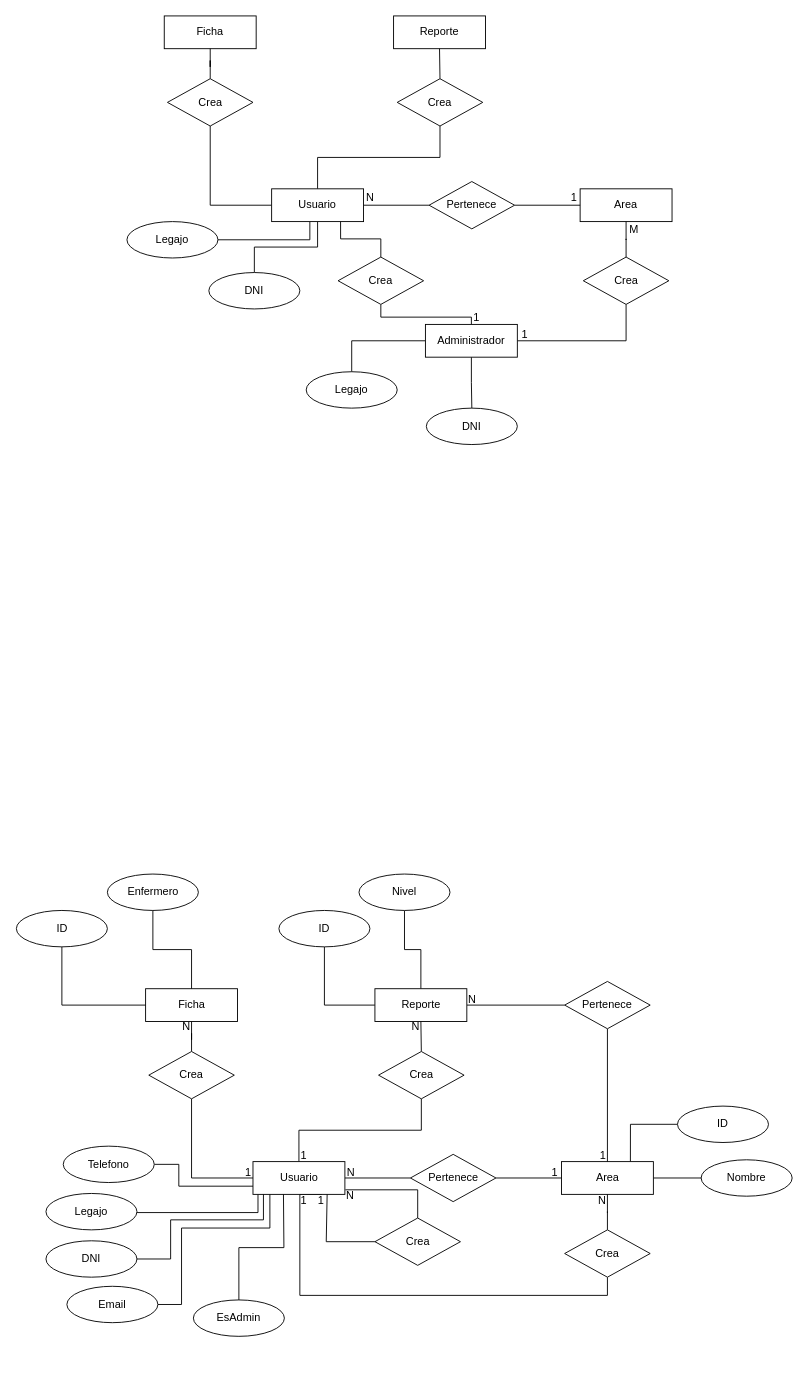
The draw.io diagram Documentos/ER.drawio in JosueErmG/Hospital-OlimpiadaNacional, before the edit. Source tidied: cells renumbered, new cells numbered last; positions are measured from the earlier drawing's top-left corner, leaving out a move shared by most shapes. Both pictures are drawn from the tidied source at 91%, with x=0, y=0 at pixel (16, 15).
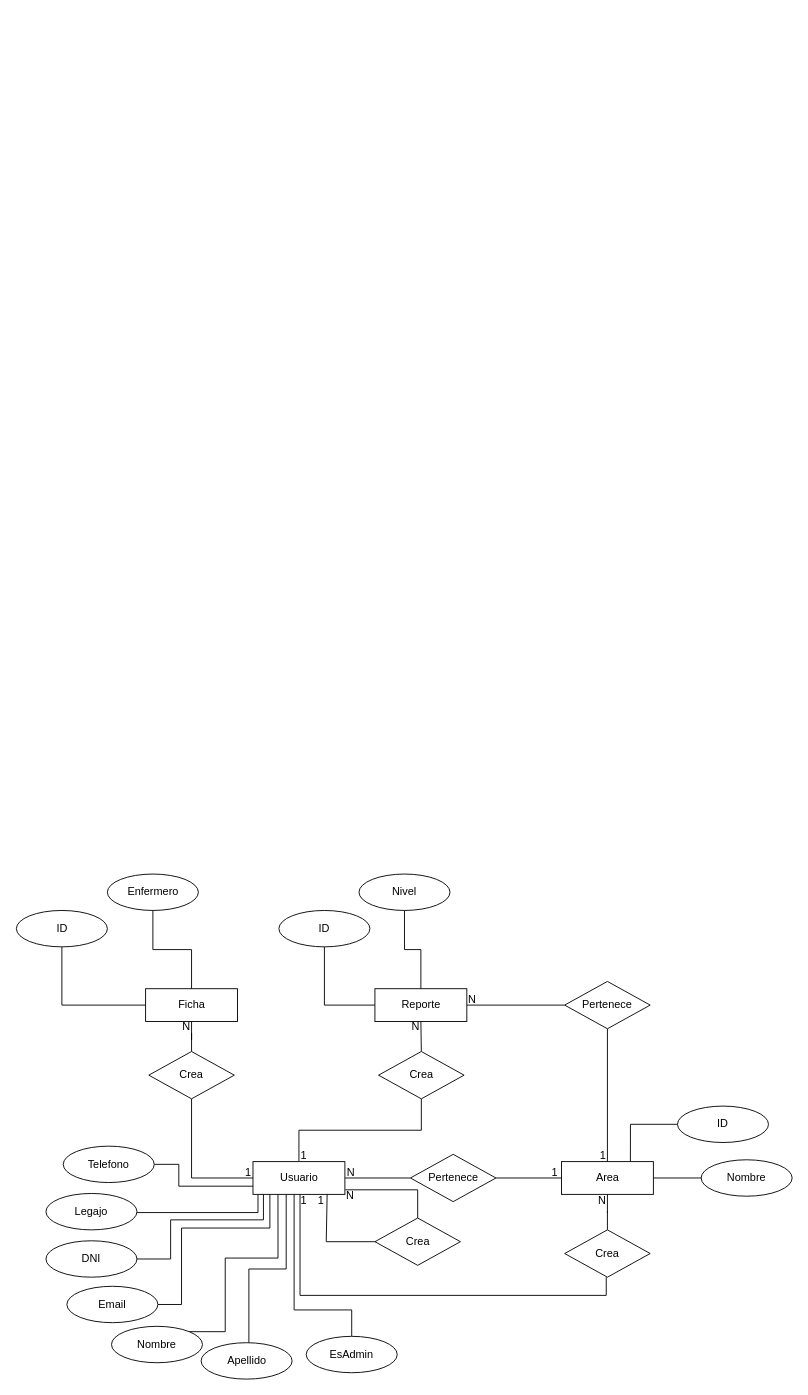
Above is the later version.

Unchanged cells that the change refers to:
```xml
<mxCell id="40" value="Usuario" style="rounded=0;whiteSpace=wrap;html=1;" parent="1" vertex="1">
  <mxGeometry x="259.5" y="1259" width="101" height="36" as="geometry" />
</mxCell>
<mxCell id="53" value="Crea" style="shape=rhombus;perimeter=rhombusPerimeter;whiteSpace=wrap;html=1;align=center;" parent="1" vertex="1">
  <mxGeometry x="602" y="1334" width="94" height="52" as="geometry" />
</mxCell>
<mxCell id="70" value="1" style="text;html=1;align=center;verticalAlign=middle;points=[];strokeColor=none;fillColor=none;" parent="1" vertex="1">
  <mxGeometry x="302.5" y="1289" width="25" height="26" as="geometry" />
</mxCell>
```

Diff of the diagram source:
```diff
@@
-    <mxCell id="2" style="edgeStyle=orthogonalEdgeStyle;rounded=0;jettySize=auto;html=1;exitX=0.5;exitY=0;exitDx=0;exitDy=0;endArrow=none;endFill=0;" parent="1" edge="1" source="7" target="22">
-      <mxGeometry relative="1" as="geometry" />
-    </mxCell>
-    <mxCell id="3" style="edgeStyle=orthogonalEdgeStyle;rounded=0;jettySize=auto;html=1;endArrow=none;endFill=0;" parent="1" edge="1" source="7" target="24">
-      <mxGeometry relative="1" as="geometry" />
-    </mxCell>
-    <mxCell id="4" style="edgeStyle=orthogonalEdgeStyle;rounded=0;jettySize=auto;html=1;endArrow=none;endFill=0;" parent="1" edge="1" source="7" target="12">
-      <mxGeometry relative="1" as="geometry" />
-    </mxCell>
-    <mxCell id="5" style="edgeStyle=orthogonalEdgeStyle;rounded=0;jettySize=auto;html=1;endArrow=none;endFill=0;" parent="1" edge="1" source="7" target="11">
-      <mxGeometry relative="1" as="geometry">
-        <Array as="points">
-          <mxPoint x="322" y="246" />
-        </Array>
-      </mxGeometry>
-    </mxCell>
-    <mxCell id="6" style="edgeStyle=orthogonalEdgeStyle;rounded=0;jettySize=auto;html=1;endArrow=none;endFill=0;" parent="1" edge="1" source="7" target="26">
-      <mxGeometry relative="1" as="geometry" />
-    </mxCell>
-    <mxCell id="7" value="Usuario" style="rounded=0;whiteSpace=wrap;html=1;" parent="1" vertex="1">
-      <mxGeometry x="280" y="190" width="101" height="36" as="geometry" />
-    </mxCell>
-    <mxCell id="8" value="Reporte" style="rounded=0;whiteSpace=wrap;html=1;" parent="1" vertex="1">
-      <mxGeometry x="414" width="101" height="36" as="geometry" />
-    </mxCell>
-    <mxCell id="9" value="Area" style="rounded=0;whiteSpace=wrap;html=1;" parent="1" vertex="1">
-      <mxGeometry x="619" y="190" width="101" height="36" as="geometry" />
-    </mxCell>
-    <mxCell id="10" value="Ficha" style="rounded=0;whiteSpace=wrap;html=1;" parent="1" vertex="1">
-      <mxGeometry x="162" width="101" height="36" as="geometry" />
-    </mxCell>
-    <mxCell id="11" value="Legajo" style="ellipse;whiteSpace=wrap;html=1;align=center;" parent="1" vertex="1">
-      <mxGeometry x="121" y="226" width="100" height="40" as="geometry" />
-    </mxCell>
-    <mxCell id="12" value="DNI" style="ellipse;whiteSpace=wrap;html=1;align=center;" parent="1" vertex="1">
-      <mxGeometry x="211" y="282" width="100" height="40" as="geometry" />
-    </mxCell>
-    <mxCell id="13" style="edgeStyle=orthogonalEdgeStyle;rounded=0;jettySize=auto;html=1;endArrow=none;endFill=0;" parent="1" edge="1" source="17" target="20">
-      <mxGeometry relative="1" as="geometry" />
-    </mxCell>
-    <mxCell id="14" style="edgeStyle=orthogonalEdgeStyle;rounded=0;jettySize=auto;html=1;endArrow=none;endFill=0;" parent="1" edge="1" source="17" target="27">
-      <mxGeometry relative="1" as="geometry" />
-    </mxCell>
-    <mxCell id="15" style="edgeStyle=orthogonalEdgeStyle;rounded=0;jettySize=auto;html=1;endArrow=none;endFill=0;" parent="1" edge="1" source="17" target="19">
-      <mxGeometry relative="1" as="geometry" />
-    </mxCell>
-    <mxCell id="16" style="edgeStyle=orthogonalEdgeStyle;rounded=0;jettySize=auto;html=1;endArrow=none;endFill=0;" parent="1" edge="1" source="17" target="33">
-      <mxGeometry relative="1" as="geometry">
-        <Array as="points">
-          <mxPoint x="500" y="331" />
-          <mxPoint x="400" y="331" />
-        </Array>
-      </mxGeometry>
-    </mxCell>
-    <mxCell id="17" value="Administrador" style="rounded=0;whiteSpace=wrap;html=1;" parent="1" vertex="1">
-      <mxGeometry x="449" y="339" width="101" height="36" as="geometry" />
-    </mxCell>
-    <mxCell id="18" style="edgeStyle=orthogonalEdgeStyle;rounded=0;jettySize=auto;html=1;exitX=0.5;exitY=0;exitDx=0;exitDy=0;endArrow=none;endFill=0;" parent="1" edge="1" source="19" target="9">
-      <mxGeometry relative="1" as="geometry" />
-    </mxCell>
-    <mxCell id="19" value="Crea" style="shape=rhombus;perimeter=rhombusPerimeter;whiteSpace=wrap;html=1;align=center;" parent="1" vertex="1">
-      <mxGeometry x="622.5" y="265" width="94" height="52" as="geometry" />
-    </mxCell>
-    <mxCell id="20" value="DNI" style="ellipse;whiteSpace=wrap;html=1;align=center;" parent="1" vertex="1">
-      <mxGeometry x="450" y="431" width="100" height="40" as="geometry" />
-    </mxCell>
-    <mxCell id="21" style="edgeStyle=orthogonalEdgeStyle;rounded=0;jettySize=auto;html=1;exitX=0.5;exitY=0;exitDx=0;exitDy=0;entryX=0.5;entryY=1;entryDx=0;entryDy=0;endArrow=none;endFill=0;" parent="1" edge="1" source="22" target="8">
-      <mxGeometry relative="1" as="geometry" />
-    </mxCell>
-    <mxCell id="22" value="Crea" style="shape=rhombus;perimeter=rhombusPerimeter;whiteSpace=wrap;html=1;align=center;" parent="1" vertex="1">
-      <mxGeometry x="418" y="69" width="94" height="52" as="geometry" />
-    </mxCell>
-    <mxCell id="23" style="edgeStyle=orthogonalEdgeStyle;rounded=0;jettySize=auto;html=1;exitX=0.5;exitY=0;exitDx=0;exitDy=0;endArrow=none;endFill=0;" parent="1" edge="1" source="24" target="10">
-      <mxGeometry relative="1" as="geometry" />
-    </mxCell>
-    <mxCell id="24" value="Crea" style="shape=rhombus;perimeter=rhombusPerimeter;whiteSpace=wrap;html=1;align=center;" parent="1" vertex="1">
-      <mxGeometry x="165.5" y="69" width="94" height="52" as="geometry" />
-    </mxCell>
-    <mxCell id="25" style="edgeStyle=orthogonalEdgeStyle;rounded=0;jettySize=auto;html=1;endArrow=none;endFill=0;" parent="1" edge="1" source="26" target="9">
-      <mxGeometry relative="1" as="geometry" />
-    </mxCell>
-    <mxCell id="26" value="Pertenece" style="shape=rhombus;perimeter=rhombusPerimeter;whiteSpace=wrap;html=1;align=center;" parent="1" vertex="1">
-      <mxGeometry x="453" y="182" width="94" height="52" as="geometry" />
-    </mxCell>
-    <mxCell id="27" value="Legajo" style="ellipse;whiteSpace=wrap;html=1;align=center;" parent="1" vertex="1">
-      <mxGeometry x="318" y="391" width="100" height="40" as="geometry" />
-    </mxCell>
-    <mxCell id="28" value="N" style="text;html=1;align=center;verticalAlign=middle;strokeColor=none;fillColor=none;" parent="1" vertex="1">
-      <mxGeometry x="374" y="187" width="27" height="26" as="geometry" />
-    </mxCell>
-    <mxCell id="29" value="1" style="text;html=1;align=center;verticalAlign=middle;strokeColor=none;fillColor=none;" parent="1" vertex="1">
-      <mxGeometry x="599" y="187" width="25" height="26" as="geometry" />
-    </mxCell>
-    <mxCell id="30" value="M" style="text;html=1;align=center;verticalAlign=middle;strokeColor=none;fillColor=none;" parent="1" vertex="1">
-      <mxGeometry x="664" y="222" width="28" height="26" as="geometry" />
-    </mxCell>
-    <mxCell id="31" value="1" style="text;html=1;align=center;verticalAlign=middle;strokeColor=none;fillColor=none;" parent="1" vertex="1">
-      <mxGeometry x="545" y="337" width="25" height="26" as="geometry" />
-    </mxCell>
-    <mxCell id="32" style="edgeStyle=orthogonalEdgeStyle;rounded=0;jettySize=auto;html=1;exitX=0.5;exitY=0;exitDx=0;exitDy=0;entryX=0.75;entryY=1;entryDx=0;entryDy=0;endArrow=none;endFill=0;" parent="1" edge="1" source="33" target="7">
-      <mxGeometry relative="1" as="geometry" />
-    </mxCell>
-    <mxCell id="33" value="Crea" style="shape=rhombus;perimeter=rhombusPerimeter;whiteSpace=wrap;html=1;align=center;" parent="1" vertex="1">
-      <mxGeometry x="353" y="265" width="94" height="52" as="geometry" />
-    </mxCell>
-    <mxCell id="34" value="1" style="text;html=1;align=center;verticalAlign=middle;strokeColor=none;fillColor=none;" parent="1" vertex="1">
-      <mxGeometry x="492" y="319" width="25" height="26" as="geometry" />
-    </mxCell>
@@
-    <mxCell id="39" style="edgeStyle=orthogonalEdgeStyle;rounded=0;jettySize=auto;html=1;exitX=0.75;exitY=1;exitDx=0;exitDy=0;entryX=0.5;entryY=1;entryDx=0;entryDy=0;endArrow=none;endFill=0;" parent="1" edge="1" source="40" target="53">
+    <mxCell id="39" style="edgeStyle=orthogonalEdgeStyle;rounded=0;orthogonalLoop=1;jettySize=auto;html=1;exitX=0.34;exitY=0.231;exitDx=0;exitDy=0;entryX=0.5;entryY=1;entryDx=0;entryDy=0;endArrow=none;endFill=0;exitPerimeter=0;" parent="1" edge="1">
       <mxGeometry relative="1" as="geometry">
+        <mxPoint x="311.2" y="1295" as="sourcePoint" />
+        <mxPoint x="647.7" y="1386" as="targetPoint" />
         <Array as="points">
-          <mxPoint x="311" y="1295" />
-          <mxPoint x="311" y="1406" />
-          <mxPoint x="649" y="1406" />
+          <mxPoint x="311.2" y="1406" />
+          <mxPoint x="648.2" y="1406" />
         </Array>
       </mxGeometry>
     </mxCell>
@@
-    <mxCell id="66" style="edgeStyle=orthogonalEdgeStyle;rounded=0;jettySize=auto;html=1;endArrow=none;endFill=0;exitX=0.5;exitY=0;exitDx=0;exitDy=0;" parent="1" edge="1" source="67">
+    <mxCell id="66" style="edgeStyle=orthogonalEdgeStyle;rounded=0;jettySize=auto;html=1;endArrow=none;endFill=0;exitX=0.5;exitY=0;exitDx=0;exitDy=0;entryX=0.087;entryY=0.231;entryDx=0;entryDy=0;entryPerimeter=0;" parent="1" edge="1" source="67" target="70">
       <mxGeometry relative="1" as="geometry">
-        <mxPoint x="293" y="1295" as="targetPoint" />
+        <Array as="points">
+          <mxPoint x="368" y="1422" />
+          <mxPoint x="304" y="1422" />
+          <mxPoint x="304" y="1295" />
+        </Array>
       </mxGeometry>
     </mxCell>
     <mxCell id="67" value="EsAdmin" style="ellipse;whiteSpace=wrap;html=1;align=center;" parent="1" vertex="1">
-      <mxGeometry x="194" y="1411" width="100" height="40" as="geometry" />
+      <mxGeometry x="318" y="1451" width="100" height="40" as="geometry" />
     </mxCell>
@@
+    <mxCell id="91" style="edgeStyle=orthogonalEdgeStyle;rounded=0;jettySize=auto;html=1;exitX=1;exitY=0;exitDx=0;exitDy=0;entryX=0.272;entryY=1;entryDx=0;entryDy=0;entryPerimeter=0;endArrow=none;endFill=0;" parent="1" edge="1" source="92" target="40">
+      <mxGeometry relative="1" as="geometry">
+        <Array as="points">
+          <mxPoint x="229" y="1446" />
+          <mxPoint x="229" y="1365" />
+          <mxPoint x="287" y="1365" />
+        </Array>
+      </mxGeometry>
+    </mxCell>
+    <mxCell id="92" value="Nombre" style="ellipse;whiteSpace=wrap;html=1;align=center;" parent="1" vertex="1">
+      <mxGeometry x="104" y="1440" width="100" height="40" as="geometry" />
+    </mxCell>
+    <mxCell id="93" style="edgeStyle=orthogonalEdgeStyle;rounded=0;jettySize=auto;html=1;endArrow=none;endFill=0;" parent="1" edge="1" source="94">
+      <mxGeometry relative="1" as="geometry">
+        <mxPoint x="296" y="1295" as="targetPoint" />
+        <Array as="points">
+          <mxPoint x="255" y="1377" />
+          <mxPoint x="296" y="1377" />
+        </Array>
+      </mxGeometry>
+    </mxCell>
+    <mxCell id="94" value="Apellido" style="ellipse;whiteSpace=wrap;html=1;align=center;" parent="1" vertex="1">
+      <mxGeometry x="202.5" y="1458" width="100" height="40" as="geometry" />
+    </mxCell>
```
